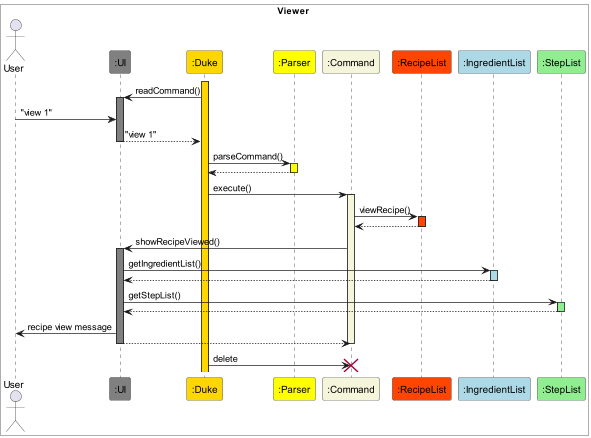
nus-cs2113-AY2223S2/tp keeps this PlantUML diagram as docs/PlantUML/RecipeView.png. Above is the earlier version.
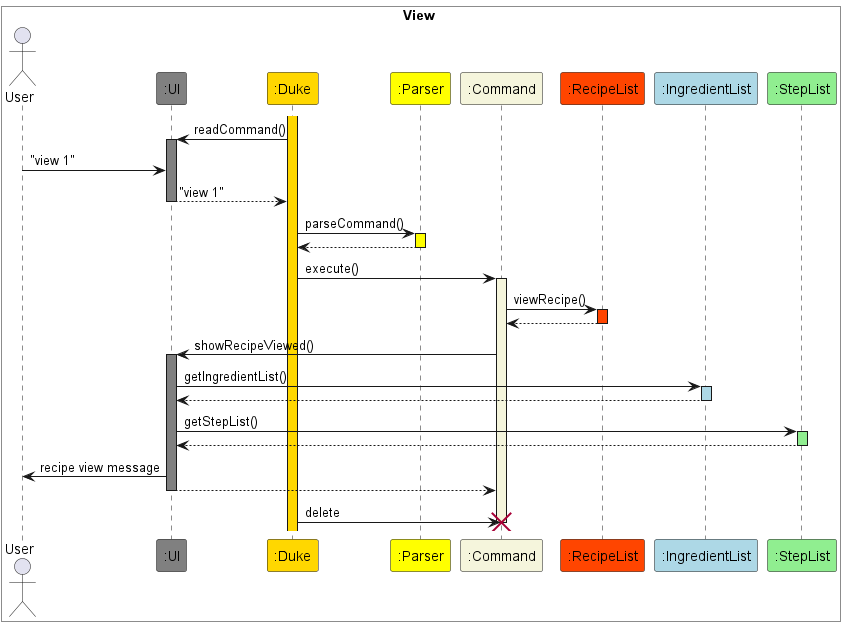
The same file after the commit.

Change to the diagram source:
```diff
@@ -1,5 +1,5 @@
-@startuml Recipe View
-box Viewer #White
+@startuml RecipeView
+box View #White
 Actor User
 participant ":UI" as UI #Gray
 participant ":Duke" as Duke #Gold
@@ -39,8 +39,9 @@
 UI -> User : recipe view message
 UI --> Command
 deactivate UI
+Duke -> Command : delete
 deactivate Command
-Duke -> Command : delete
 destroy Command
 
+
 @enduml
```
